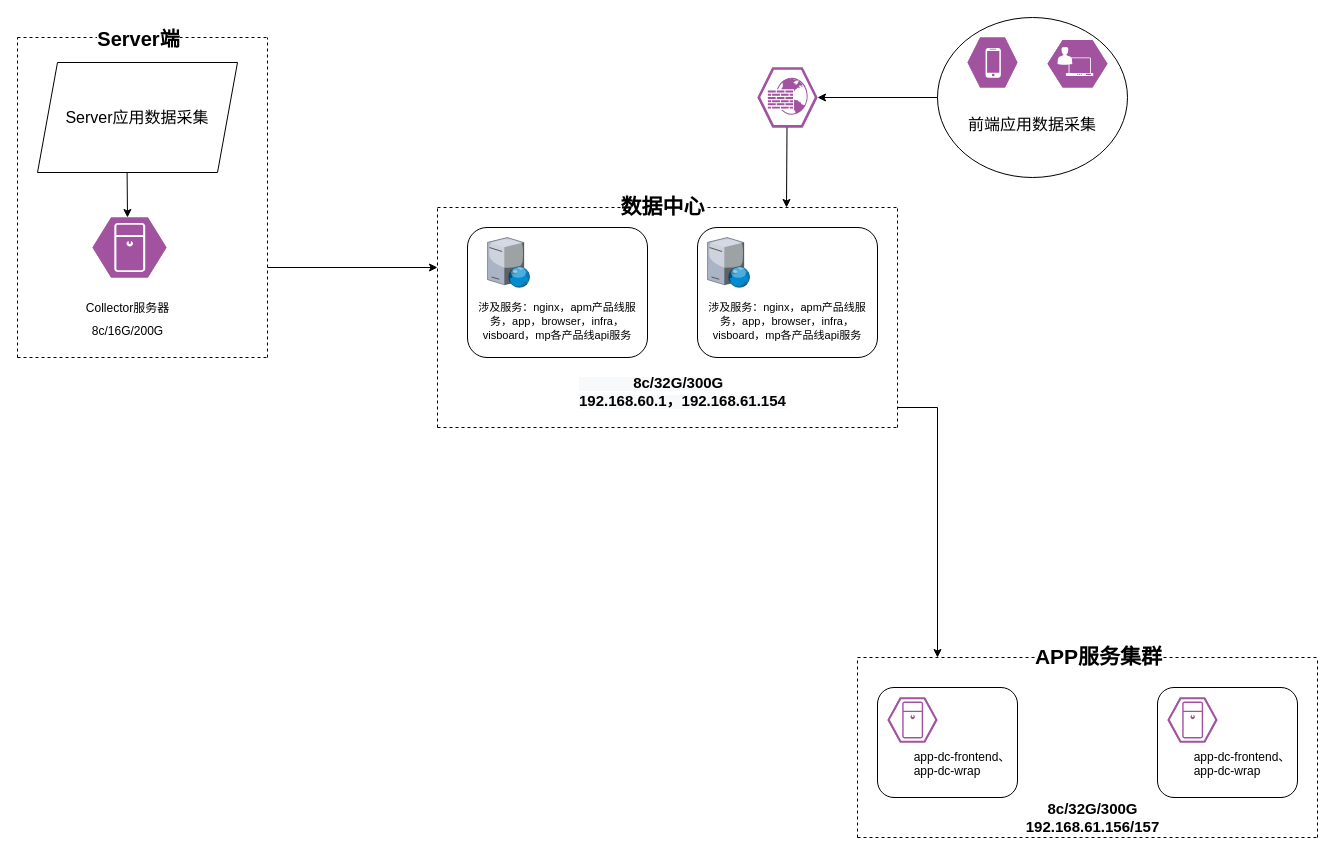
Above: 联合利华.drawio in zeng0550/free-programming-books (draw.io), before the change. Source tidied: cells renumbered, new cells numbered last; positions are measured from the earlier drawing's top-left corner, leaving out a move shared by most shapes. Both pictures are drawn from the tidied source at 100%, with x=0, y=0 at pixel (17, 17).
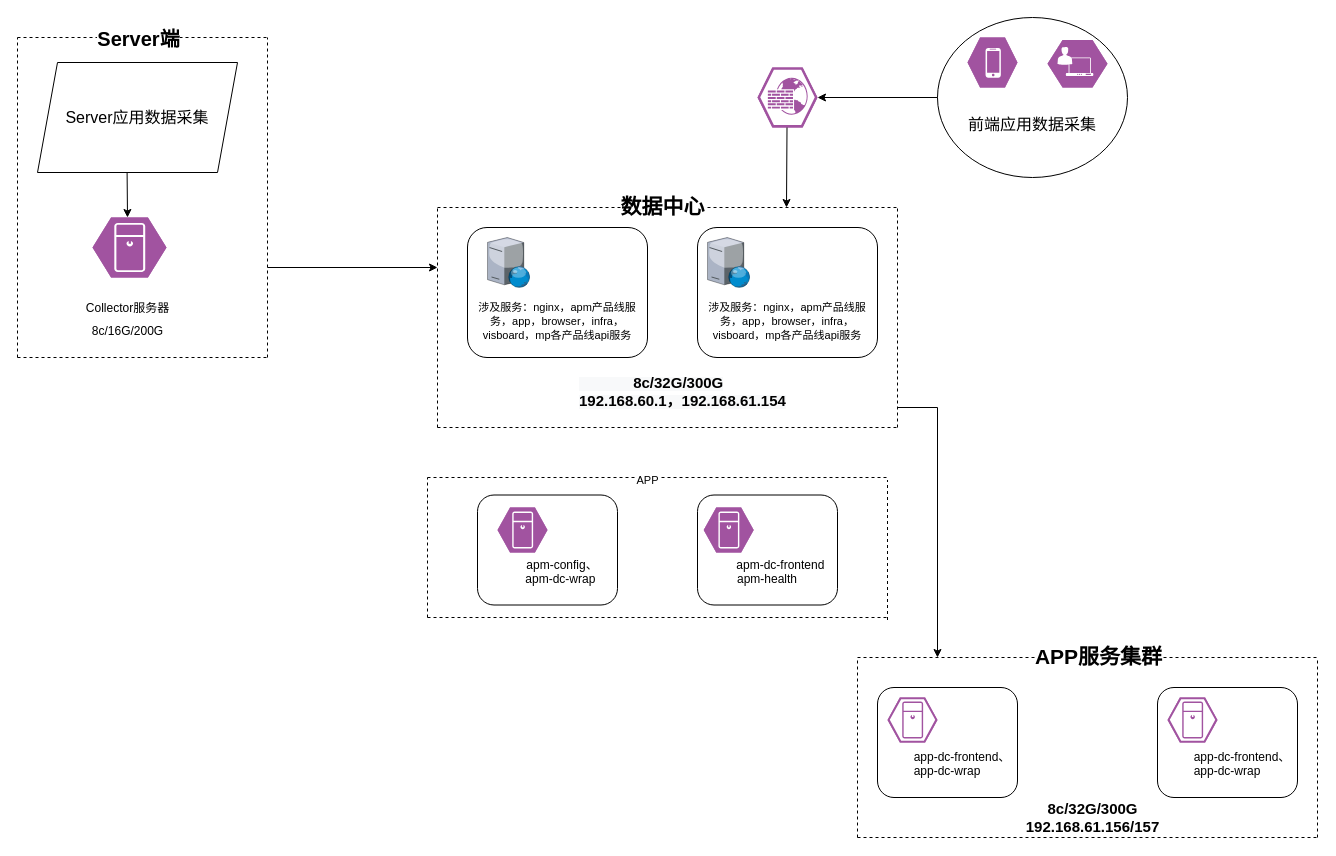
After the change.

Commit message (it also covers changes not shown here):
更新联合利华.drawio

The edit, as a diff of the source:
```diff
@@
+    <mxCell id="39" value="&lt;font style=&quot;font-size: 12px;&quot;&gt;&amp;nbsp; &amp;nbsp; &amp;nbsp;&lt;br&gt;&lt;br&gt;&amp;nbsp; &amp;nbsp; &amp;nbsp; &lt;br&gt;&amp;nbsp; &amp;nbsp; &amp;nbsp; &amp;nbsp; &amp;nbsp;apm-config、&lt;br&gt;&amp;nbsp; &amp;nbsp; &amp;nbsp; &amp;nbsp; apm-dc-wrap&lt;/font&gt;" style="rounded=1;whiteSpace=wrap;html=1;" parent="1" vertex="1">
+      <mxGeometry x="460" y="477.5" width="140" height="110" as="geometry" />
+    </mxCell>
+    <mxCell id="40" value="&lt;font style=&quot;font-size: 12px;&quot;&gt;&amp;nbsp; &amp;nbsp; &amp;nbsp;&lt;br&gt;&lt;br&gt;&amp;nbsp; &amp;nbsp; &amp;nbsp; &lt;br&gt;&amp;nbsp; &amp;nbsp; &amp;nbsp; &amp;nbsp; &amp;nbsp;apm-dc-frontend&amp;nbsp; apm-health&lt;br&gt;&lt;/font&gt;" style="rounded=1;whiteSpace=wrap;html=1;" parent="1" vertex="1">
+      <mxGeometry x="680" y="477.5" width="140" height="110" as="geometry" />
+    </mxCell>
+    <mxCell id="41" style="verticalLabelPosition=bottom;sketch=0;html=1;fillColor=#A153A0;strokeColor=#ffffff;verticalAlign=top;align=center;shape=mxgraph.cisco_safe.compositeIcon;bgIcon=mxgraph.cisco_safe.design.blank_device;resIcon=mxgraph.cisco_safe.design.server_2;" parent="1" vertex="1">
+      <mxGeometry x="480" y="490" width="50" height="45" as="geometry" />
+    </mxCell>
+    <mxCell id="42" style="verticalLabelPosition=bottom;sketch=0;html=1;fillColor=#A153A0;strokeColor=#ffffff;verticalAlign=top;align=center;shape=mxgraph.cisco_safe.compositeIcon;bgIcon=mxgraph.cisco_safe.design.blank_device;resIcon=mxgraph.cisco_safe.design.server_2;" parent="1" vertex="1">
+      <mxGeometry x="686.2" y="490" width="50" height="45" as="geometry" />
+    </mxCell>
+    <mxCell id="43" style="endArrow=none;dashed=1;html=1;rounded=0;fontSize=11;" parent="1" edge="1">
+      <mxGeometry relative="1" as="geometry">
+        <mxPoint x="410" y="600" as="sourcePoint" />
+        <mxPoint x="870" y="600" as="targetPoint" />
+      </mxGeometry>
+    </mxCell>
+    <mxCell id="44" style="endArrow=none;dashed=1;html=1;rounded=0;fontSize=11;" parent="1" edge="1">
+      <mxGeometry relative="1" as="geometry">
+        <mxPoint x="410" y="460" as="sourcePoint" />
+        <mxPoint x="870" y="460" as="targetPoint" />
+      </mxGeometry>
+    </mxCell>
+    <mxCell id="45" value="APP" style="edgeLabel;html=1;align=center;verticalAlign=middle;" parent="44" vertex="1">
+      <mxGeometry x="-0.05" y="-2" relative="1" as="geometry" />
+    </mxCell>
+    <mxCell id="46" style="endArrow=none;dashed=1;html=1;rounded=0;fontSize=11;" parent="1" edge="1">
+      <mxGeometry relative="1" as="geometry">
+        <mxPoint x="410" y="600" as="sourcePoint" />
+        <mxPoint x="410" y="460" as="targetPoint" />
+      </mxGeometry>
+    </mxCell>
+    <mxCell id="47" style="endArrow=none;dashed=1;html=1;rounded=0;fontSize=11;" parent="1" edge="1">
+      <mxGeometry relative="1" as="geometry">
+        <mxPoint x="870" y="602.5" as="sourcePoint" />
+        <mxPoint x="870" y="462.5" as="targetPoint" />
+      </mxGeometry>
+    </mxCell>
```
